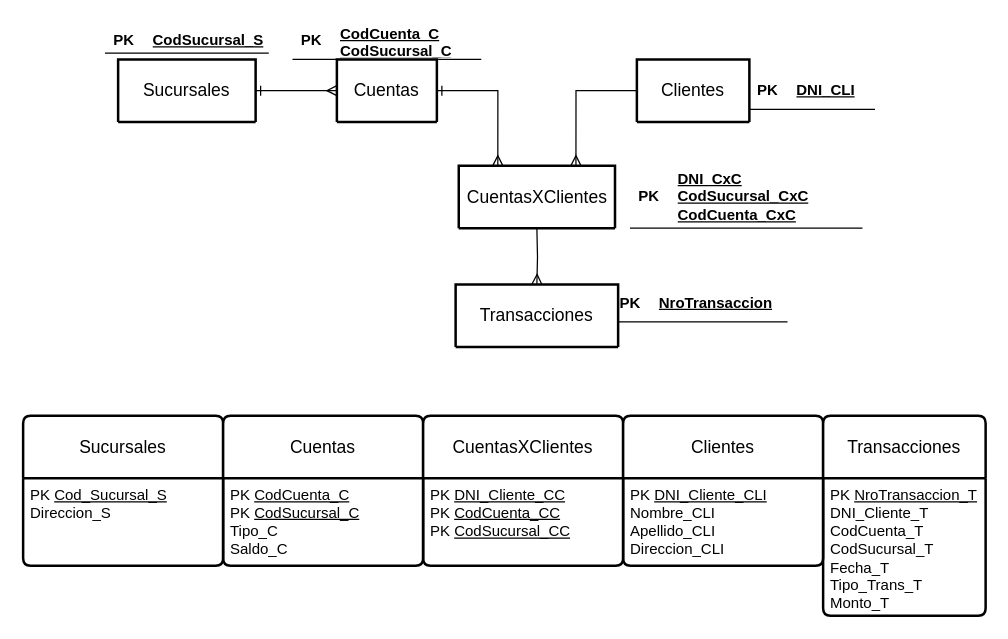
Earlier version of the draw.io diagram Diagramas/Ejercicio 3 - LAB 3.drawio (LeandroVillada/Laboratorio-III-Public). Source tidied: cells renumbered, new cells numbered last; positions are measured from the earlier drawing's top-left corner, leaving out a move shared by most shapes. Both pictures are drawn from the tidied source at 125%, with x=0, y=0 at pixel (22, 21).
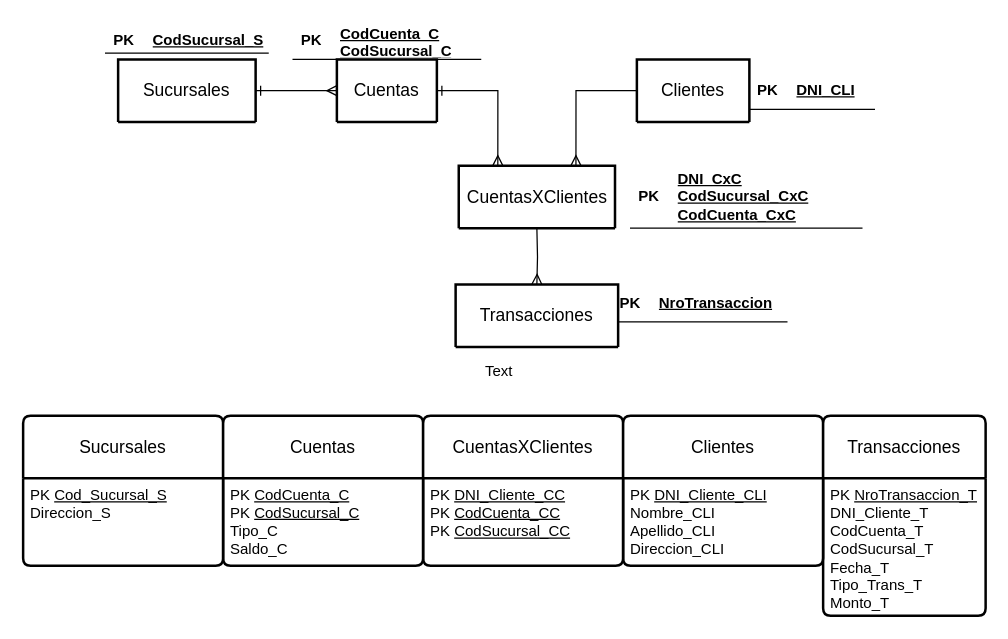
The same page after the edit.

Diff of the diagram source:
```diff
@@
+    <mxCell id="41" value="Text" style="text;strokeColor=none;align=center;fillColor=none;html=1;verticalAlign=middle;whiteSpace=wrap;rounded=0;" parent="1" vertex="1">
+      <mxGeometry x="351" y="265" width="60" height="30" as="geometry" />
+    </mxCell>
```
